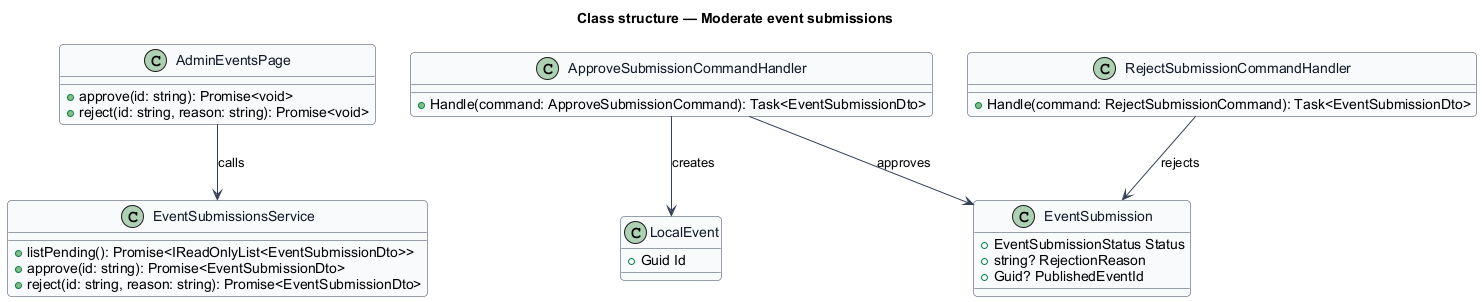
QuinntyneBrown/saturdaze keeps this PlantUML diagram as docs/detailed-designs/discovery/moderate-event-submissions/diagrams/class-structure.png. Above is the earlier version.
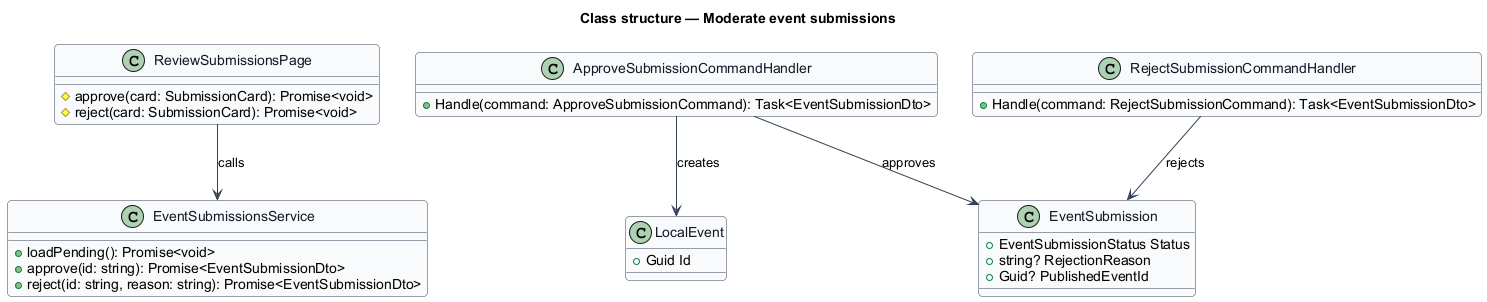
Later version of the same file.

Change to the diagram source:
```diff
@@ -11,12 +11,12 @@
 }
 title Class structure — Moderate event submissions
 
-class AdminEventsPage {
-  +approve(id: string): Promise<void>
-  +reject(id: string, reason: string): Promise<void>
+class ReviewSubmissionsPage {
+  #approve(card: SubmissionCard): Promise<void>
+  #reject(card: SubmissionCard): Promise<void>
 }
 class EventSubmissionsService {
-  +listPending(): Promise<IReadOnlyList<EventSubmissionDto>>
+  +loadPending(): Promise<void>
   +approve(id: string): Promise<EventSubmissionDto>
   +reject(id: string, reason: string): Promise<EventSubmissionDto>
 }
@@ -34,7 +34,7 @@
 class LocalEvent {
   +Guid Id
 }
-AdminEventsPage --> EventSubmissionsService : calls
+ReviewSubmissionsPage --> EventSubmissionsService : calls
 ApproveSubmissionCommandHandler --> EventSubmission : approves
 ApproveSubmissionCommandHandler --> LocalEvent : creates
 RejectSubmissionCommandHandler --> EventSubmission : rejects
```
